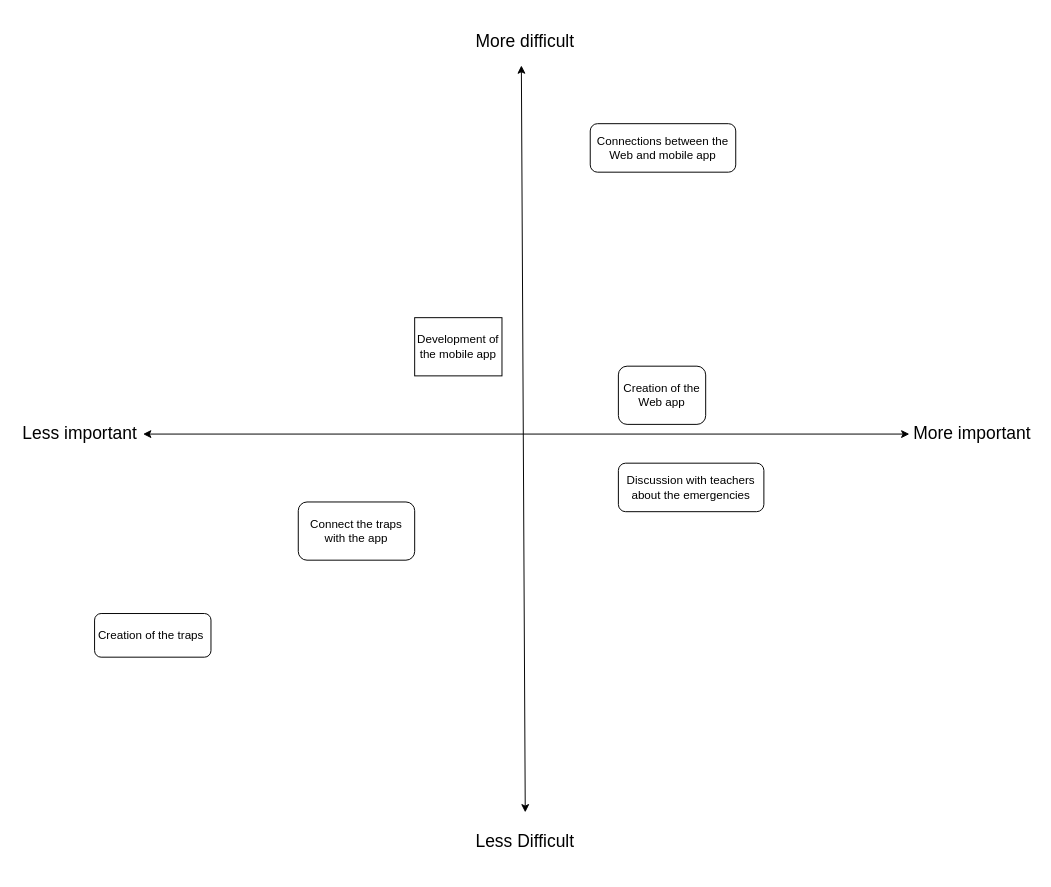
Earlier version of the draw.io diagram Untitled Diagram.drawio (EmergenBis/emergenbis). Source tidied: cells renumbered, new cells numbered last; positions are measured from the earlier drawing's top-left corner, leaving out a move shared by most shapes. Both pictures are drawn from the tidied source at 97%, with x=0, y=0 at pixel (16, 16).
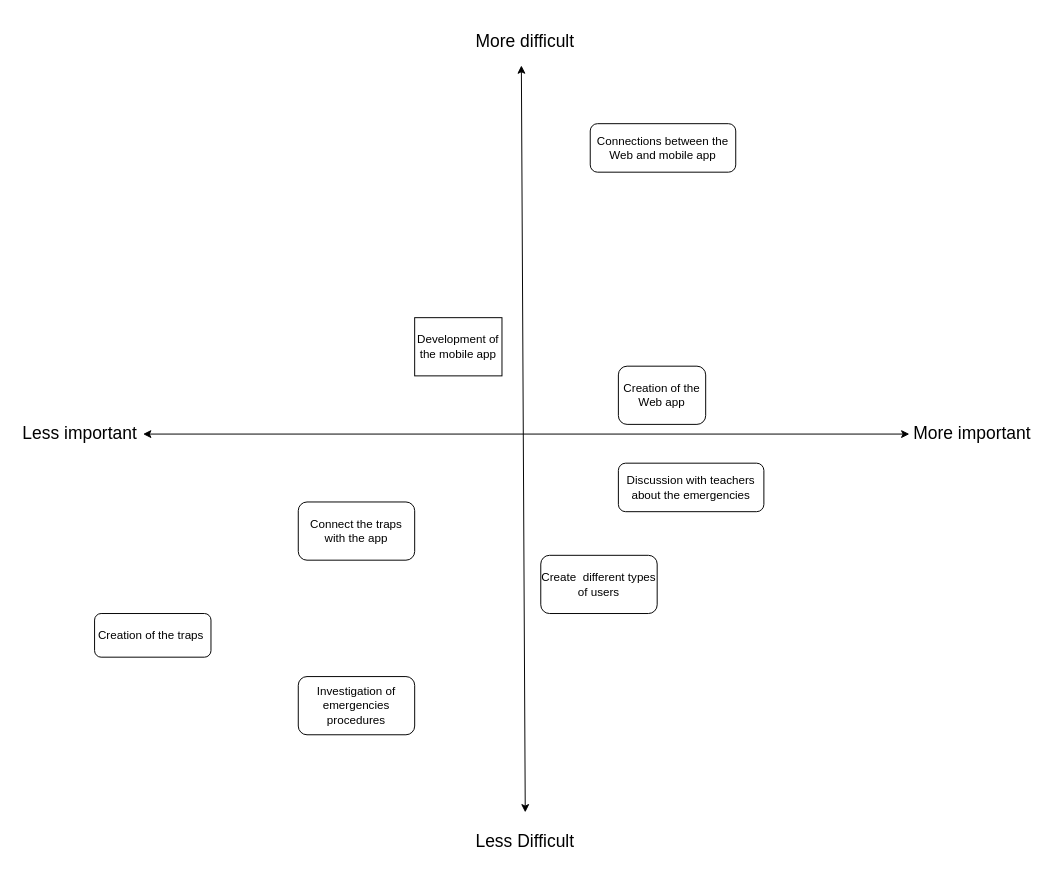
After the change.

What changed in the source:
```diff
@@
 <mxGraphModel>
   <root>
     <mxCell id="0" />
     <mxCell id="1" parent="0" />
     <mxCell id="2" value="Development of the mobile app" style="rounded=0;whiteSpace=wrap;html=1;" parent="1" vertex="1">
       <mxGeometry x="410" y="310" width="90" height="60" as="geometry" />
     </mxCell>
     <mxCell id="3" style="endArrow=classic;startArrow=classic;html=1;" parent="1" edge="1">
       <mxGeometry relative="1" as="geometry">
         <mxPoint x="524" y="820" as="sourcePoint" />
         <mxPoint x="520" y="50" as="targetPoint" />
       </mxGeometry>
     </mxCell>
     <mxCell id="4" style="endArrow=classic;startArrow=classic;html=1;" parent="1" edge="1">
       <mxGeometry relative="1" as="geometry">
         <mxPoint x="130" y="430" as="sourcePoint" />
         <mxPoint x="920" y="430" as="targetPoint" />
       </mxGeometry>
     </mxCell>
     <mxCell id="5" value="&lt;font style=&quot;font-size: 18px&quot;&gt;Less Difficult&lt;/font&gt;" style="text;html=1;strokeColor=none;fillColor=none;align=center;verticalAlign=middle;whiteSpace=wrap;rounded=0;" parent="1" vertex="1">
       <mxGeometry x="457" y="820" width="134" height="60" as="geometry" />
     </mxCell>
     <mxCell id="6" value="&lt;font style=&quot;font-size: 18px&quot;&gt;More difficult&lt;/font&gt;" style="text;html=1;strokeColor=none;fillColor=none;align=center;verticalAlign=middle;whiteSpace=wrap;rounded=0;" parent="1" vertex="1">
       <mxGeometry x="461" width="126" height="50" as="geometry" />
     </mxCell>
     <mxCell id="7" value="&lt;font style=&quot;font-size: 18px&quot;&gt;Less important&lt;/font&gt;" style="text;html=1;strokeColor=none;fillColor=none;align=center;verticalAlign=middle;whiteSpace=wrap;rounded=0;" parent="1" vertex="1">
       <mxGeometry y="410" width="130" height="40" as="geometry" />
     </mxCell>
     <mxCell id="8" value="&lt;font style=&quot;font-size: 18px&quot;&gt;More important&lt;/font&gt;" style="text;html=1;strokeColor=none;fillColor=none;align=center;verticalAlign=middle;whiteSpace=wrap;rounded=0;" parent="1" vertex="1">
       <mxGeometry x="920" y="410" width="130" height="40" as="geometry" />
     </mxCell>
     <mxCell id="9" value="Connections between the Web and mobile app" style="rounded=1;whiteSpace=wrap;html=1;" parent="1" vertex="1">
       <mxGeometry x="591" y="110" width="150" height="50" as="geometry" />
     </mxCell>
     <mxCell id="10" value="Creation of the Web app" style="rounded=1;whiteSpace=wrap;html=1;" parent="1" vertex="1">
       <mxGeometry x="620" y="360" width="90" height="60" as="geometry" />
     </mxCell>
     <mxCell id="11" value="Creation of the traps&amp;nbsp;" style="rounded=1;whiteSpace=wrap;html=1;" parent="1" vertex="1">
       <mxGeometry x="80" y="615" width="120" height="45" as="geometry" />
     </mxCell>
     <mxCell id="12" value="Discussion with teachers about the emergencies" style="rounded=1;whiteSpace=wrap;html=1;" parent="1" vertex="1">
       <mxGeometry x="620" y="460" width="150" height="50" as="geometry" />
     </mxCell>
     <mxCell id="13" value="Connect the traps with the app" style="rounded=1;whiteSpace=wrap;html=1;" parent="1" vertex="1">
       <mxGeometry x="290" y="500" width="120" height="60" as="geometry" />
     </mxCell>
+    <mxCell id="14" value="Create&amp;nbsp; different types of users" style="rounded=1;whiteSpace=wrap;html=1;" parent="1" vertex="1">
+      <mxGeometry x="540" y="555" width="120" height="60" as="geometry" />
+    </mxCell>
+    <mxCell id="15" value="Investigation of emergencies procedures" style="rounded=1;whiteSpace=wrap;html=1;" parent="1" vertex="1">
+      <mxGeometry x="290" y="680" width="120" height="60" as="geometry" />
+    </mxCell>
   </root>
 </mxGraphModel>
```
